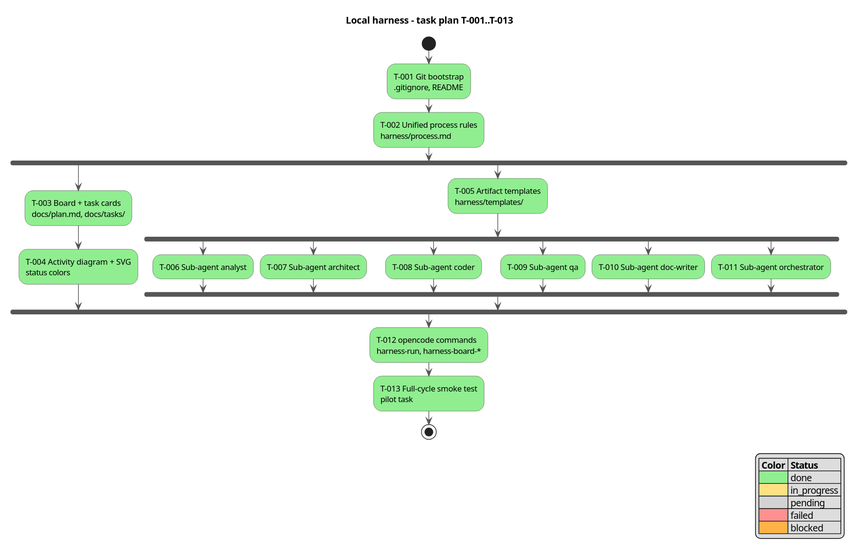
serge-sasov/harness keeps this PlantUML diagram as docs/activity.svg. Above is the earlier version.
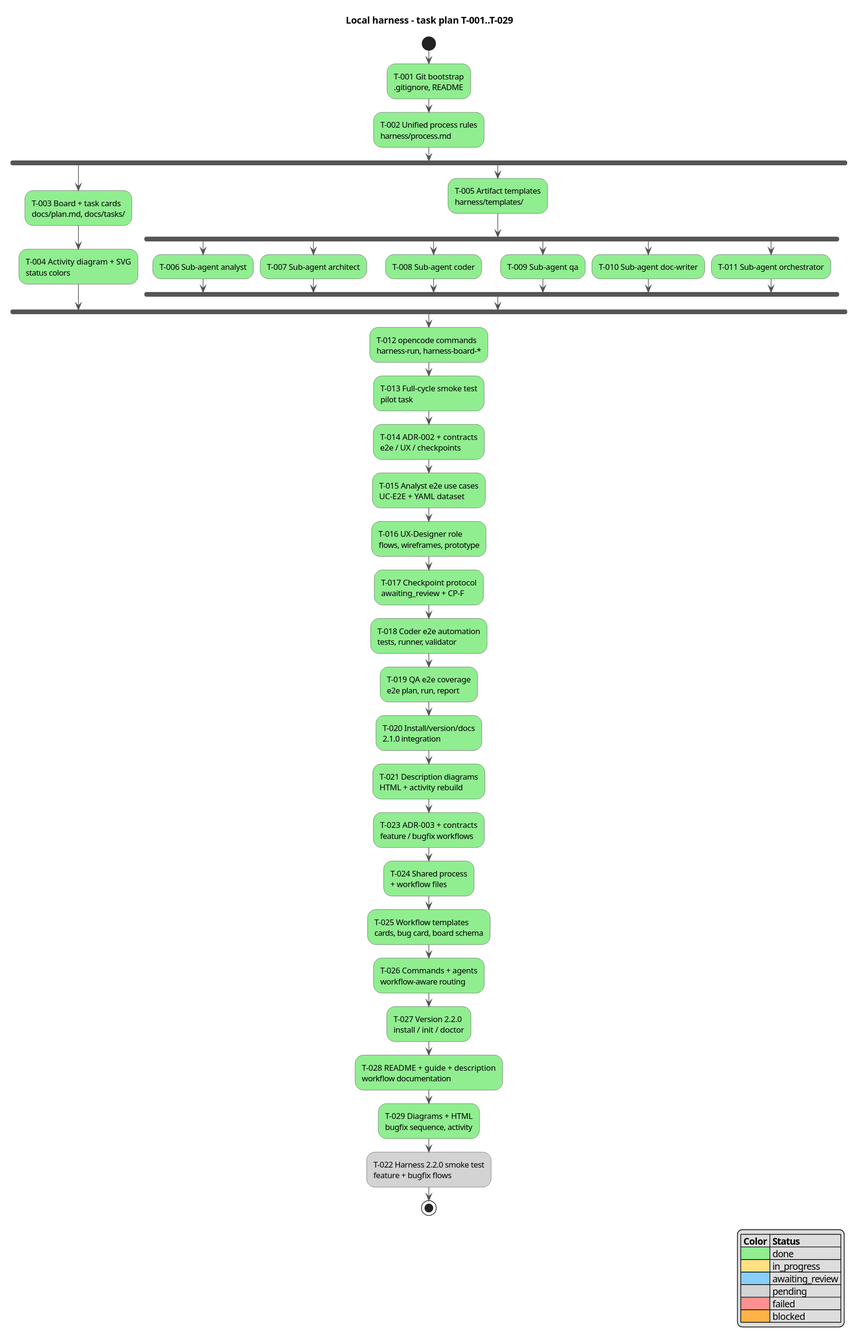
Above is the later version.

The edit, as a diff of the source:
```diff
@@ -3,7 +3,7 @@
 skinparam ActivityBackgroundColor #FFFFFF
 skinparam ActivityBorderColor #555555
 skinparam ArrowColor #555555
-title Local harness - task plan T-001..T-013
+title Local harness - task plan T-001..T-029
 
 start
 :T-001 Git bootstrap\n.gitignore, README; <<#90EE90>>
@@ -29,12 +29,29 @@
 end fork
 :T-012 opencode commands\nharness-run, harness-board-*; <<#90EE90>>
 :T-013 Full-cycle smoke test\npilot task; <<#90EE90>>
+:T-014 ADR-002 + contracts\ne2e / UX / checkpoints; <<#90EE90>>
+:T-015 Analyst e2e use cases\nUC-E2E + YAML dataset; <<#90EE90>>
+:T-016 UX-Designer role\nflows, wireframes, prototype; <<#90EE90>>
+:T-017 Checkpoint protocol\nawaiting_review + CP-F; <<#90EE90>>
+:T-018 Coder e2e automation\ntests, runner, validator; <<#90EE90>>
+:T-019 QA e2e coverage\ne2e plan, run, report; <<#90EE90>>
+:T-020 Install/version/docs\n2.1.0 integration; <<#90EE90>>
+:T-021 Description diagrams\nHTML + activity rebuild; <<#90EE90>>
+:T-023 ADR-003 + contracts\nfeature / bugfix workflows; <<#90EE90>>
+:T-024 Shared process\n+ workflow files; <<#90EE90>>
+:T-025 Workflow templates\ncards, bug card, board schema; <<#90EE90>>
+:T-026 Commands + agents\nworkflow-aware routing; <<#90EE90>>
+:T-027 Version 2.2.0\ninstall / init / doctor; <<#90EE90>>
+:T-028 README + guide + description\nworkflow documentation; <<#90EE90>>
+:T-029 Diagrams + HTML\nbugfix sequence, activity; <<#90EE90>>
+:T-022 Harness 2.2.0 smoke test\nfeature + bugfix flows; <<#D3D3D3>>
 stop
 
 legend right
 |= Color |= Status |
 |<#90EE90>| done |
 |<#FFE082>| in_progress |
+|<#87CEFA>| awaiting_review |
 |<#D3D3D3>| pending |
 |<#FF9090>| failed |
 |<#FFB347>| blocked |
```
